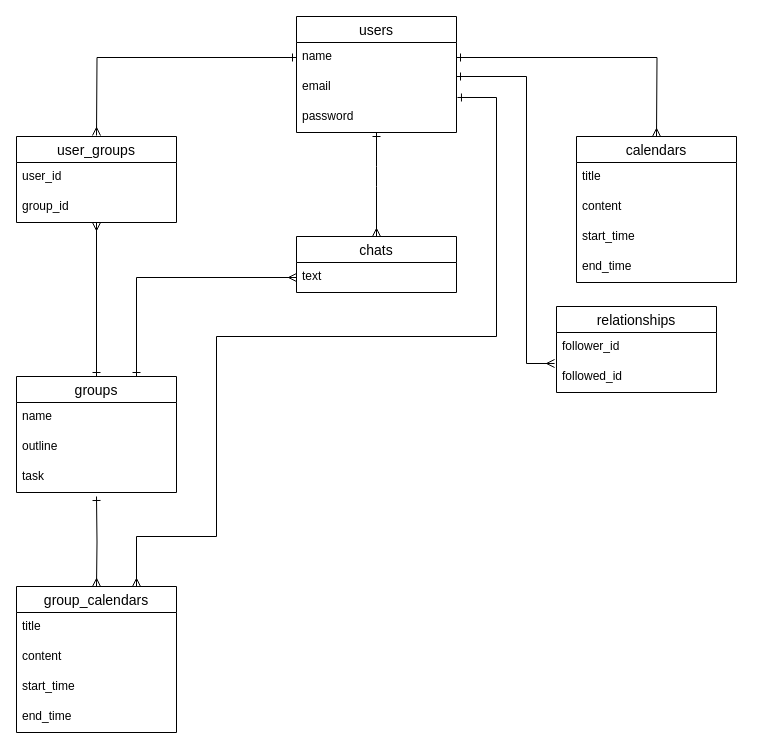
The draw.io diagram group_calendar_er.dio in yamaday0u/group_calendar, before the edit. Source tidied: cells renumbered, new cells numbered last; positions are measured from the earlier drawing's top-left corner, leaving out a move shared by most shapes. Both pictures are drawn from the tidied source at 100%, with x=0, y=0 at pixel (16, 16).
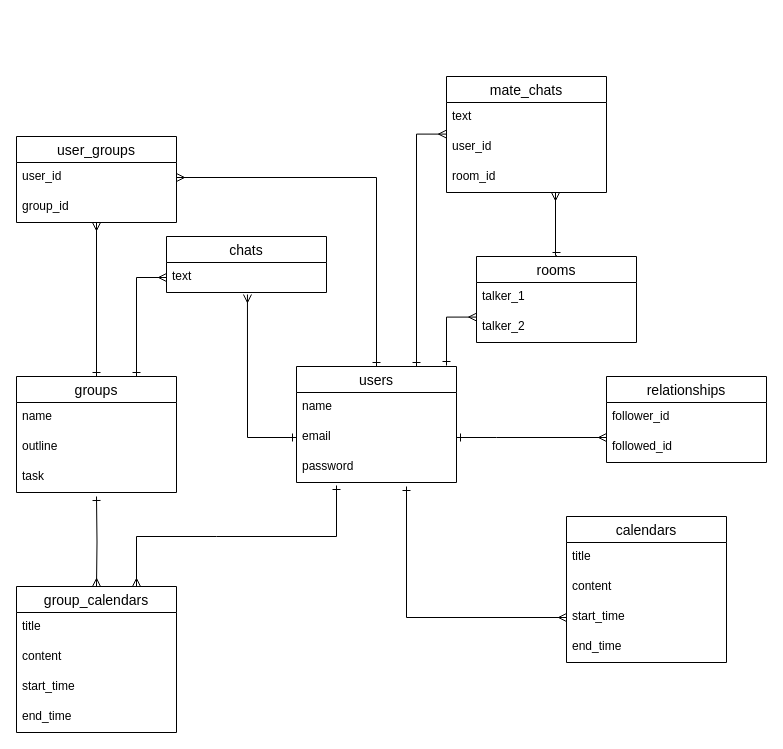
After the change.

Unchanged cells that the change refers to:
```xml
<mxCell id="3" value="name" style="text;strokeColor=none;fillColor=none;spacingLeft=4;spacingRight=4;overflow=hidden;points=[[0,0.5],[1,0.5]];portConstraint=eastwest;fontSize=12;" parent="2" vertex="1">
  <mxGeometry y="26" width="160" height="30" as="geometry" />
</mxCell>
<mxCell id="4" value="email" style="text;strokeColor=none;fillColor=none;spacingLeft=4;spacingRight=4;overflow=hidden;points=[[0,0.5],[1,0.5]];portConstraint=eastwest;fontSize=12;" parent="2" vertex="1">
  <mxGeometry y="56" width="160" height="30" as="geometry" />
</mxCell>
<mxCell id="14" value="start_time" style="text;strokeColor=none;fillColor=none;spacingLeft=4;spacingRight=4;overflow=hidden;points=[[0,0.5],[1,0.5]];portConstraint=eastwest;fontSize=12;" parent="11" vertex="1">
  <mxGeometry y="86" width="160" height="30" as="geometry" />
</mxCell>
<mxCell id="17" value="user_id" style="text;strokeColor=none;fillColor=none;spacingLeft=4;spacingRight=4;overflow=hidden;points=[[0,0.5],[1,0.5]];portConstraint=eastwest;fontSize=12;" parent="16" vertex="1">
  <mxGeometry y="26" width="160" height="30" as="geometry" />
</mxCell>
<mxCell id="23" value="text" style="text;strokeColor=none;fillColor=none;spacingLeft=4;spacingRight=4;overflow=hidden;points=[[0,0.5],[1,0.5]];portConstraint=eastwest;fontSize=12;" parent="22" vertex="1">
  <mxGeometry y="26" width="160" height="30" as="geometry" />
</mxCell>
<mxCell id="26" value="group_calendars" style="swimlane;fontStyle=0;horizontal=1;startSize=26;align=center;fontSize=14;" parent="1" vertex="1">
  <mxGeometry y="570" width="160" height="146" as="geometry" />
</mxCell>
<mxCell id="34" value="followed_id" style="text;strokeColor=none;fillColor=none;spacingLeft=4;spacingRight=4;overflow=hidden;points=[[0,0.5],[1,0.5]];portConstraint=eastwest;fontSize=12;" parent="32" vertex="1">
  <mxGeometry y="56" width="160" height="30" as="geometry" />
</mxCell>
```

Diff of the diagram source:
```diff
@@
     <mxCell id="2" value="users" style="swimlane;fontStyle=0;horizontal=1;startSize=26;align=center;fontSize=14;" parent="1" vertex="1">
-      <mxGeometry x="280" width="160" height="116" as="geometry" />
+      <mxGeometry x="280" y="350" width="160" height="116" as="geometry" />
     </mxCell>
@@
     <mxCell id="11" value="calendars" style="swimlane;fontStyle=0;horizontal=1;startSize=26;align=center;fontSize=14;" parent="1" vertex="1">
-      <mxGeometry x="560" y="120" width="160" height="146" as="geometry" />
+      <mxGeometry x="550" y="500" width="160" height="146" as="geometry" />
     </mxCell>
@@
-    <mxCell id="19" style="edgeStyle=orthogonalEdgeStyle;rounded=0;jettySize=auto;html=1;exitX=0;exitY=0.5;exitDx=0;exitDy=0;endArrow=ERmany;endFill=0;startArrow=ERone;startFill=0;" parent="1" edge="1" source="3">
+    <mxCell id="19" style="edgeStyle=orthogonalEdgeStyle;rounded=0;jettySize=auto;html=1;exitX=0.5;exitY=0;exitDx=0;exitDy=0;endArrow=ERmany;endFill=0;startArrow=ERone;startFill=0;entryX=1;entryY=0.5;entryDx=0;entryDy=0;" parent="1" edge="1" source="2" target="17">
       <mxGeometry relative="1" as="geometry">
-        <mxPoint x="80" y="119" as="targetPoint" />
+        <Array as="points">
+          <mxPoint x="360" y="161" />
+        </Array>
       </mxGeometry>
     </mxCell>
@@
-    <mxCell id="21" style="edgeStyle=orthogonalEdgeStyle;rounded=0;jettySize=auto;html=1;exitX=1;exitY=0.5;exitDx=0;exitDy=0;entryX=0.5;entryY=0;entryDx=0;entryDy=0;endArrow=ERmany;endFill=0;startArrow=ERone;startFill=0;" parent="1" edge="1" source="3">
+    <mxCell id="21" style="edgeStyle=orthogonalEdgeStyle;rounded=0;jettySize=auto;html=1;entryX=0;entryY=0.5;entryDx=0;entryDy=0;endArrow=ERmany;endFill=0;startArrow=ERone;startFill=0;" parent="1" edge="1" target="14">
       <mxGeometry relative="1" as="geometry">
-        <mxPoint x="640" y="120" as="targetPoint" />
+        <mxPoint x="390" y="470" as="sourcePoint" />
+        <Array as="points">
+          <mxPoint x="390" y="470" />
+          <mxPoint x="390" y="601" />
+        </Array>
       </mxGeometry>
     </mxCell>
     <mxCell id="22" value="chats" style="swimlane;fontStyle=0;horizontal=1;startSize=26;align=center;fontSize=14;" parent="1" vertex="1">
-      <mxGeometry x="280" y="220" width="160" height="56" as="geometry" />
+      <mxGeometry x="150" y="220" width="160" height="56" as="geometry" />
     </mxCell>
@@
-    <mxCell id="24" style="endArrow=ERmany;html=1;entryX=0.5;entryY=0;entryDx=0;entryDy=0;endFill=0;startArrow=ERone;startFill=0;" parent="1" edge="1" target="22">
+    <mxCell id="24" style="endArrow=ERmany;html=1;entryX=0.506;entryY=1.067;entryDx=0;entryDy=0;endFill=0;startArrow=ERone;startFill=0;entryPerimeter=0;rounded=0;exitX=0;exitY=0.5;exitDx=0;exitDy=0;" parent="1" edge="1" source="4" target="23">
       <mxGeometry relative="1" as="geometry">
-        <mxPoint x="360" y="116" as="sourcePoint" />
         <Array as="points">
-          <mxPoint x="360" y="160" />
+          <mxPoint x="231" y="421" />
         </Array>
       </mxGeometry>
     </mxCell>
@@
-    <mxCell id="31" style="endArrow=ERmany;html=1;endFill=0;startArrow=ERone;startFill=0;exitX=1.006;exitY=0.833;exitDx=0;exitDy=0;exitPerimeter=0;entryX=0.75;entryY=0;entryDx=0;entryDy=0;rounded=0;" parent="1" edge="1" source="4" target="26">
+    <mxCell id="31" style="endArrow=ERmany;html=1;endFill=0;startArrow=ERone;startFill=0;entryX=0.75;entryY=0;entryDx=0;entryDy=0;rounded=0;" parent="1" edge="1" target="26">
       <mxGeometry relative="1" as="geometry">
+        <mxPoint x="320" y="469" as="sourcePoint" />
         <Array as="points">
-          <mxPoint x="480" y="81" />
-          <mxPoint x="480" y="320" />
-          <mxPoint x="200" y="320" />
+          <mxPoint x="320" y="520" />
           <mxPoint x="200" y="520" />
           <mxPoint x="120" y="520" />
         </Array>
       </mxGeometry>
     </mxCell>
     <mxCell id="32" value="relationships" style="swimlane;fontStyle=0;horizontal=1;startSize=26;align=center;fontSize=14;" parent="1" vertex="1">
-      <mxGeometry x="540" y="290" width="160" height="86" as="geometry" />
+      <mxGeometry x="590" y="360" width="160" height="86" as="geometry" />
     </mxCell>
@@
-    <mxCell id="35" style="edgeStyle=orthogonalEdgeStyle;rounded=0;jettySize=auto;html=1;exitX=1;exitY=0.5;exitDx=0;exitDy=0;entryX=-0.012;entryY=0.033;entryDx=0;entryDy=0;endArrow=ERmany;endFill=0;startArrow=ERone;startFill=0;entryPerimeter=0;" parent="1" edge="1" target="34">
+    <mxCell id="35" style="edgeStyle=orthogonalEdgeStyle;rounded=0;jettySize=auto;html=1;exitX=1;exitY=0.5;exitDx=0;exitDy=0;endArrow=ERmany;endFill=0;startArrow=ERone;startFill=0;" parent="1" edge="1" source="4">
       <mxGeometry relative="1" as="geometry">
-        <mxPoint x="440" y="60" as="sourcePoint" />
+        <mxPoint x="590" y="421" as="targetPoint" />
         <Array as="points">
-          <mxPoint x="510" y="60" />
-          <mxPoint x="510" y="347" />
+          <mxPoint x="480" y="421" />
+          <mxPoint x="480" y="421" />
         </Array>
       </mxGeometry>
     </mxCell>
+    <mxCell id="36" value="rooms" style="swimlane;fontStyle=0;horizontal=1;startSize=26;align=center;fontSize=14;" parent="1" vertex="1">
+      <mxGeometry x="460" y="240" width="160" height="86" as="geometry" />
+    </mxCell>
+    <mxCell id="37" value="talker_1" style="text;strokeColor=none;fillColor=none;spacingLeft=4;spacingRight=4;overflow=hidden;fontSize=12;" parent="36" vertex="1">
+      <mxGeometry y="26" width="160" height="30" as="geometry" />
+    </mxCell>
+    <mxCell id="38" value="talker_2" style="text;strokeColor=none;fillColor=none;spacingLeft=4;spacingRight=4;overflow=hidden;points=[[0,0.5],[1,0.5]];portConstraint=eastwest;fontSize=12;" parent="36" vertex="1">
+      <mxGeometry y="56" width="160" height="30" as="geometry" />
+    </mxCell>
+    <mxCell id="39" value="mate_chats" style="swimlane;fontStyle=0;horizontal=1;startSize=26;align=center;fontSize=14;" parent="1" vertex="1">
+      <mxGeometry x="430" y="60" width="160" height="116" as="geometry" />
+    </mxCell>
+    <mxCell id="40" value="text" style="text;strokeColor=none;fillColor=none;spacingLeft=4;spacingRight=4;overflow=hidden;fontSize=12;" parent="39" vertex="1">
+      <mxGeometry y="26" width="160" height="30" as="geometry" />
+    </mxCell>
+    <mxCell id="41" value="user_id" style="text;strokeColor=none;fillColor=none;spacingLeft=4;spacingRight=4;overflow=hidden;fontSize=12;" parent="39" vertex="1">
+      <mxGeometry y="56" width="160" height="30" as="geometry" />
+    </mxCell>
+    <mxCell id="42" value="room_id" style="text;strokeColor=none;fillColor=none;spacingLeft=4;spacingRight=4;overflow=hidden;points=[[0,0.5],[1,0.5]];portConstraint=eastwest;fontSize=12;" parent="39" vertex="1">
+      <mxGeometry y="86" width="160" height="30" as="geometry" />
+    </mxCell>
+    <mxCell id="43" style="edgeStyle=orthogonalEdgeStyle;rounded=0;jettySize=auto;html=1;endArrow=ERmany;endFill=0;startArrow=ERone;startFill=0;entryX=0.001;entryY=0.153;entryDx=0;entryDy=0;entryPerimeter=0;" parent="1" edge="1" target="38">
+      <mxGeometry relative="1" as="geometry">
+        <mxPoint x="430" y="349" as="sourcePoint" />
+        <Array as="points">
+          <mxPoint x="430" y="301" />
+        </Array>
+      </mxGeometry>
+    </mxCell>
+    <mxCell id="44" style="edgeStyle=orthogonalEdgeStyle;rounded=0;jettySize=auto;html=1;exitX=0.75;exitY=0;exitDx=0;exitDy=0;endArrow=ERmany;endFill=0;startArrow=ERone;startFill=0;" parent="1" edge="1" source="2">
+      <mxGeometry relative="1" as="geometry">
+        <mxPoint x="430" y="117.6" as="targetPoint" />
+        <Array as="points">
+          <mxPoint x="400" y="118" />
+        </Array>
+      </mxGeometry>
+    </mxCell>
+    <mxCell id="45" style="edgeStyle=orthogonalEdgeStyle;rounded=0;jettySize=auto;html=1;endArrow=ERmany;endFill=0;startArrow=ERone;startFill=0;exitX=0.5;exitY=0;exitDx=0;exitDy=0;" parent="1" edge="1" source="36" target="42">
+      <mxGeometry relative="1" as="geometry">
+        <Array as="points">
+          <mxPoint x="540" y="239" />
+          <mxPoint x="539" y="239" />
+        </Array>
+      </mxGeometry>
+    </mxCell>
```
